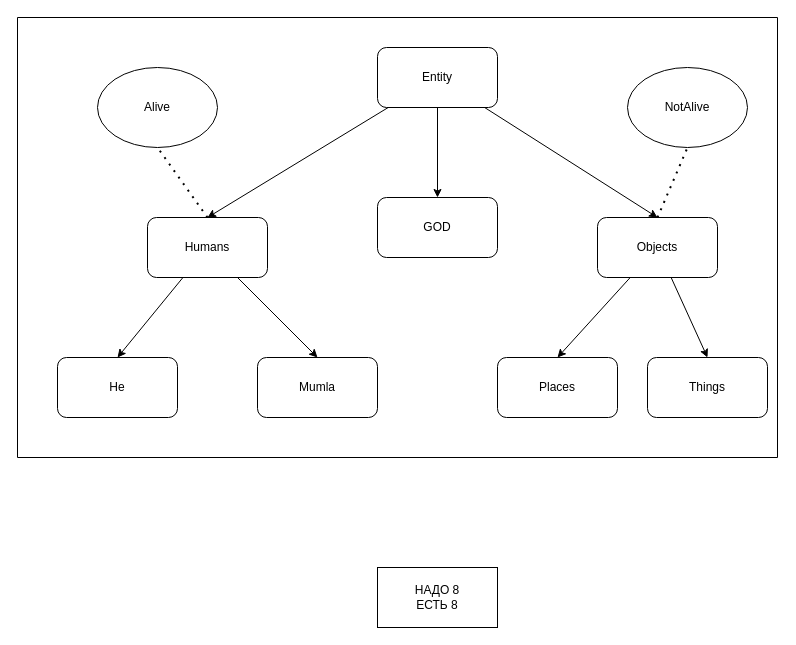
Above: lab3/LAB3/uml.dio in LevchenkovAlexander/labs (draw.io), before the change. Source tidied: cells renumbered, new cells numbered last; positions are measured from the earlier drawing's top-left corner, leaving out a move shared by most shapes. Both pictures are drawn from the tidied source at 100%, with x=0, y=0 at pixel (17, 17).
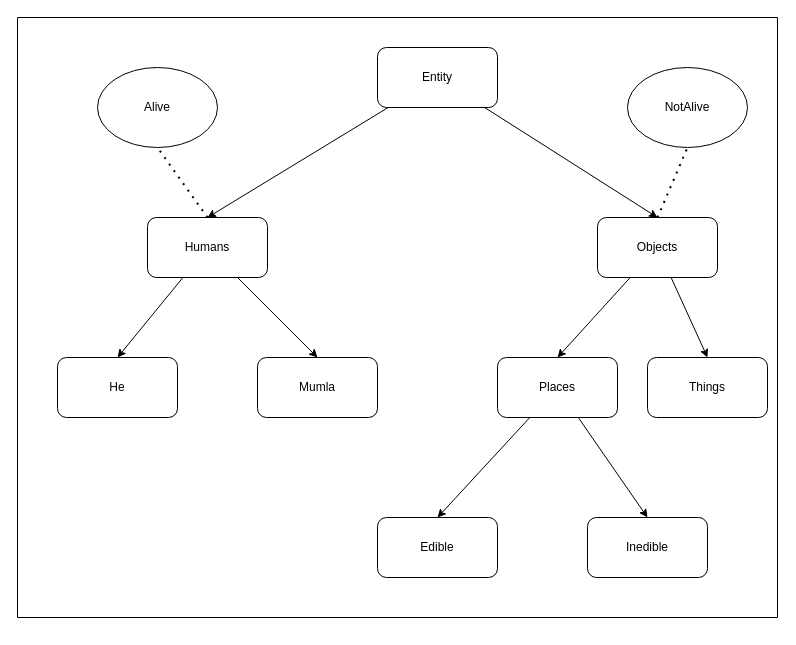
Above is the later version.

The change refers to these unchanged cells:
```xml
<mxCell id="5" value="Entity" style="rounded=1;whiteSpace=wrap;html=1;" parent="1" vertex="1">
  <mxGeometry x="360" y="30" width="120" height="60" as="geometry" />
</mxCell>
<mxCell id="23" value="Places" style="rounded=1;whiteSpace=wrap;html=1;" parent="1" vertex="1">
  <mxGeometry x="480" y="340" width="120" height="60" as="geometry" />
</mxCell>
```

The edit, as a diff of the source:
```diff
@@
-    <mxCell id="4" style="edgeStyle=none;html=1;entryX=0.5;entryY=0;entryDx=0;entryDy=0;" parent="1" edge="1" source="5" target="25">
-      <mxGeometry relative="1" as="geometry" />
-    </mxCell>
@@
     <mxCell id="16" style="endArrow=none;html=1;" parent="1" edge="1">
       <mxGeometry relative="1" as="geometry">
-        <mxPoint y="440" as="sourcePoint" />
+        <mxPoint y="600" as="sourcePoint" />
         <mxPoint as="targetPoint" />
       </mxGeometry>
     </mxCell>
     <mxCell id="17" style="endArrow=none;html=1;" parent="1" edge="1">
       <mxGeometry relative="1" as="geometry">
-        <mxPoint y="440" as="sourcePoint" />
-        <mxPoint x="760" y="440" as="targetPoint" />
+        <mxPoint y="600" as="sourcePoint" />
+        <mxPoint x="760" y="600" as="targetPoint" />
       </mxGeometry>
     </mxCell>
     <mxCell id="18" style="endArrow=none;html=1;" parent="1" edge="1">
       <mxGeometry relative="1" as="geometry">
-        <mxPoint x="760" y="440" as="sourcePoint" />
+        <mxPoint x="760" y="600" as="sourcePoint" />
         <mxPoint x="760" as="targetPoint" />
       </mxGeometry>
     </mxCell>
@@
-    <mxCell id="22" value="НАДО 8&lt;br&gt;ЕСТЬ 8" style="rounded=0;whiteSpace=wrap;html=1;" parent="1" vertex="1">
-      <mxGeometry x="360" y="550" width="120" height="60" as="geometry" />
-    </mxCell>
+    <mxCell id="26" style="edgeStyle=none;html=1;entryX=0.5;entryY=0;entryDx=0;entryDy=0;" parent="1" edge="1" source="23" target="29">
+      <mxGeometry relative="1" as="geometry" />
+    </mxCell>
+    <mxCell id="27" style="edgeStyle=none;html=1;entryX=0.5;entryY=0;entryDx=0;entryDy=0;" parent="1" edge="1" source="23" target="28">
+      <mxGeometry relative="1" as="geometry" />
+    </mxCell>
@@
-    <mxCell id="25" value="GOD" style="rounded=1;whiteSpace=wrap;html=1;" parent="1" vertex="1">
-      <mxGeometry x="360" y="180" width="120" height="60" as="geometry" />
-    </mxCell>
+    <mxCell id="28" value="Inedible" style="rounded=1;whiteSpace=wrap;html=1;" parent="1" vertex="1">
+      <mxGeometry x="570" y="500" width="120" height="60" as="geometry" />
+    </mxCell>
+    <mxCell id="29" value="Edible" style="rounded=1;whiteSpace=wrap;html=1;" parent="1" vertex="1">
+      <mxGeometry x="360" y="500" width="120" height="60" as="geometry" />
+    </mxCell>
```
